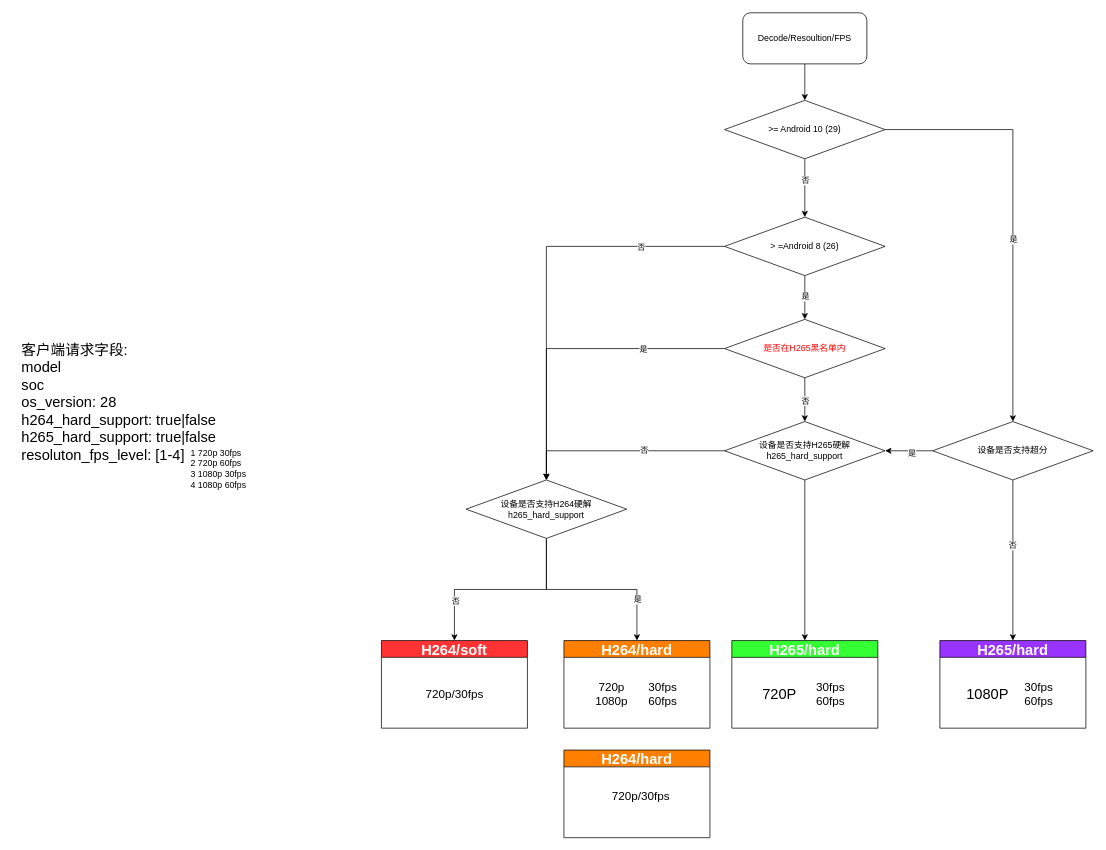
Above: H265判断流程.drawio in Eveninger/draw.io (draw.io), before the change. Source tidied: cells renumbered, new cells numbered last; positions are measured from the earlier drawing's top-left corner, leaving out a move shared by most shapes. Both pictures are drawn from the tidied source at 73%, with x=0, y=0 at pixel (12, 12).
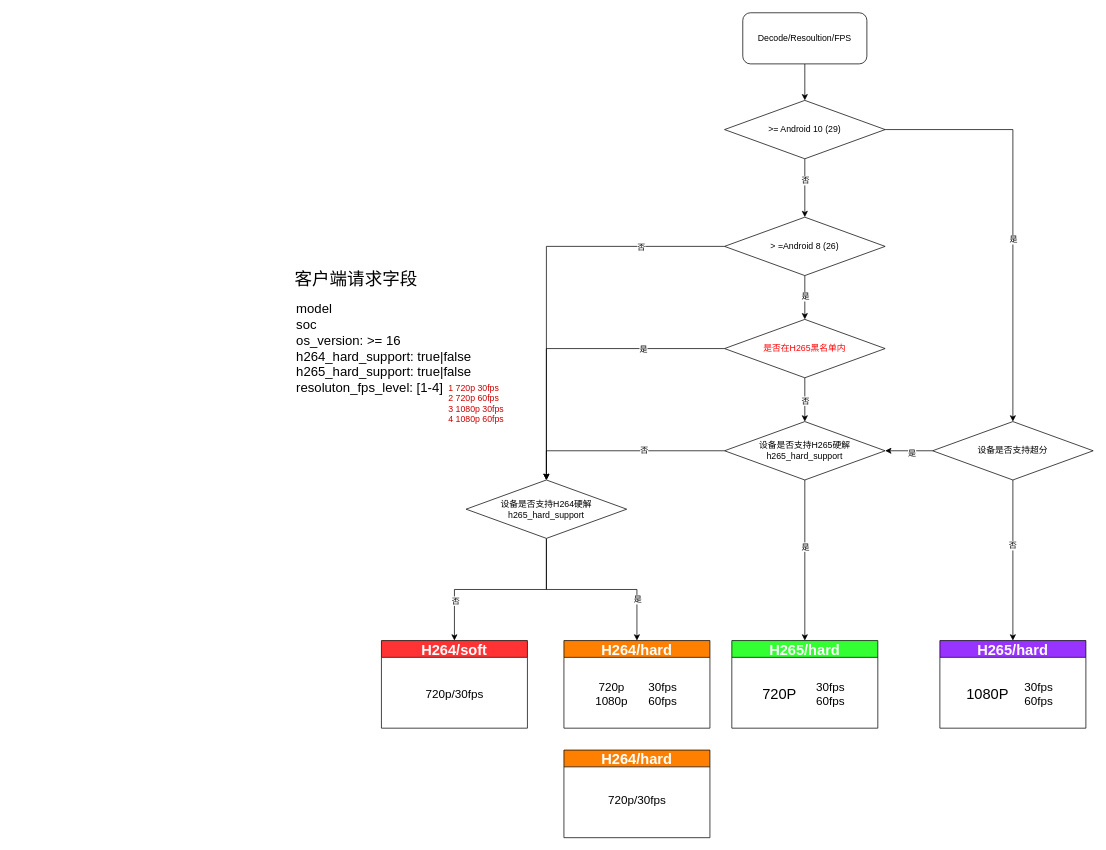
The same diagram, later.

Commit message (it also covers changes not shown here):
更新H265判断流程.drawio

Unchanged cells that the change refers to:
```xml
<mxCell id="26" style="edgeStyle=orthogonalEdgeStyle;rounded=0;jettySize=auto;html=1;" parent="1" edge="1" source="27" target="40">
  <mxGeometry relative="1" as="geometry" />
</mxCell>
<mxCell id="46" value="&lt;font style=&quot;font-size: 20px;&quot;&gt;H264/hard&lt;/font&gt;" style="swimlane;whiteSpace=wrap;html=1;fillColor=#FF8000;startSize=23;fontSize=20;fontColor=#FFFFFF;" parent="1" vertex="1">
  <mxGeometry x="755" y="1010" width="200" height="120" as="geometry" />
</mxCell>
```

The edit, as a diff of the source:
```diff
@@
+    <mxCell id="48" value="是" style="edgeLabel;html=1;align=center;verticalAlign=middle;" parent="26" vertex="1">
+      <mxGeometry x="-0.18" relative="1" as="geometry">
+        <mxPoint y="1" as="offset" />
+      </mxGeometry>
+    </mxCell>
@@
-    <mxCell id="33" value="&lt;div style=&quot;text-align: left; font-size: 20px;&quot;&gt;&lt;span style=&quot;background-color: initial;&quot;&gt;客户端请求字段:&lt;/span&gt;&lt;br&gt;&lt;/div&gt;&lt;div style=&quot;text-align: left; font-size: 20px;&quot;&gt;&lt;font style=&quot;font-size: 20px;&quot;&gt;model&lt;/font&gt;&lt;/div&gt;&lt;div style=&quot;text-align: left; font-size: 20px;&quot;&gt;&lt;font style=&quot;font-size: 20px;&quot;&gt;soc&lt;/font&gt;&lt;/div&gt;&lt;div style=&quot;text-align: left; font-size: 20px;&quot;&gt;&lt;font style=&quot;font-size: 20px;&quot;&gt;os_version: 28&lt;br&gt;h264_hard_support: true|false&lt;br&gt;h265_hard_support: true|false&lt;br&gt;resoluton_fps_level: [1-4]&lt;br&gt;&lt;/font&gt;&lt;/div&gt;" style="text;html=1;align=center;verticalAlign=middle;strokeColor=none;fillColor=none;" parent="1" vertex="1">
-      <mxGeometry y="443" width="290" height="180" as="geometry" />
-    </mxCell>
-    <mxCell id="34" value="&lt;font style=&quot;font-size: 12px;&quot;&gt;1 720p 30fps&lt;br style=&quot;&quot;&gt;2 720p 60fps&lt;br style=&quot;&quot;&gt;3 1080p 30fps&lt;br style=&quot;&quot;&gt;4 1080p 60fps&lt;/font&gt;" style="text;html=1;align=left;verticalAlign=middle;strokeColor=none;fillColor=none;" parent="1" vertex="1">
-      <mxGeometry x="242" y="590" width="100" height="70" as="geometry" />
-    </mxCell>
@@
     <mxCell id="47" value="&lt;span style=&quot;font-size: 16px;&quot;&gt;720p/30fps&lt;/span&gt;" style="text;html=1;align=center;verticalAlign=middle;strokeColor=none;fillColor=none;" parent="46" vertex="1">
-      <mxGeometry x="55" y="48" width="100" height="30" as="geometry" />
+      <mxGeometry x="50" y="54" width="100" height="30" as="geometry" />
     </mxCell>
+    <mxCell id="49" style="group;" parent="1" vertex="1">
+      <mxGeometry x="363" y="345" width="342" height="242" as="geometry" />
+    </mxCell>
+    <mxCell id="50" style="group;" parent="49" vertex="1">
+      <mxGeometry y="25" width="342" height="217" as="geometry" />
+    </mxCell>
+    <mxCell id="33" value="&lt;div style=&quot;text-align: left; font-size: 18px;&quot;&gt;&lt;font style=&quot;font-size: 18px;&quot;&gt;&lt;span style=&quot;background-color: initial;&quot;&gt;model&lt;/span&gt;&lt;br&gt;&lt;/font&gt;&lt;/div&gt;&lt;div style=&quot;text-align: left; font-size: 18px;&quot;&gt;&lt;font style=&quot;font-size: 18px;&quot;&gt;soc&lt;/font&gt;&lt;/div&gt;&lt;div style=&quot;text-align: left; font-size: 18px;&quot;&gt;&lt;font style=&quot;font-size: 18px;&quot;&gt;&lt;font style=&quot;font-size: 18px;&quot;&gt;os_version: &amp;gt;= 16&lt;br&gt;h264_hard_support: true|false&lt;br&gt;h265_hard_support: true|false&lt;br&gt;resoluton_fps_level: [1-4]&lt;/font&gt;&lt;br&gt;&lt;/font&gt;&lt;/div&gt;" style="text;html=1;align=center;verticalAlign=middle;strokeColor=none;fillColor=none;" parent="50" vertex="1">
+      <mxGeometry x="15" y="20" width="260" height="140" as="geometry" />
+    </mxCell>
+    <mxCell id="34" value="&lt;font color=&quot;#cc0000&quot; style=&quot;font-size: 12px;&quot;&gt;1 720p 30fps&lt;br style=&quot;&quot;&gt;2 720p 60fps&lt;br style=&quot;&quot;&gt;3 1080p 30fps&lt;br style=&quot;&quot;&gt;4 1080p 60fps&lt;/font&gt;" style="text;html=1;align=left;verticalAlign=middle;strokeColor=none;fillColor=none;" parent="50" vertex="1">
+      <mxGeometry x="232" y="130" width="100" height="70" as="geometry" />
+    </mxCell>
+    <mxCell id="51" value="&lt;font style=&quot;font-size: 24px;&quot;&gt;客户端请求字段&lt;/font&gt;" style="text;html=1;align=center;verticalAlign=middle;strokeColor=none;fillColor=none;" parent="49" vertex="1">
+      <mxGeometry x="12" width="190" height="40" as="geometry" />
+    </mxCell>
```
